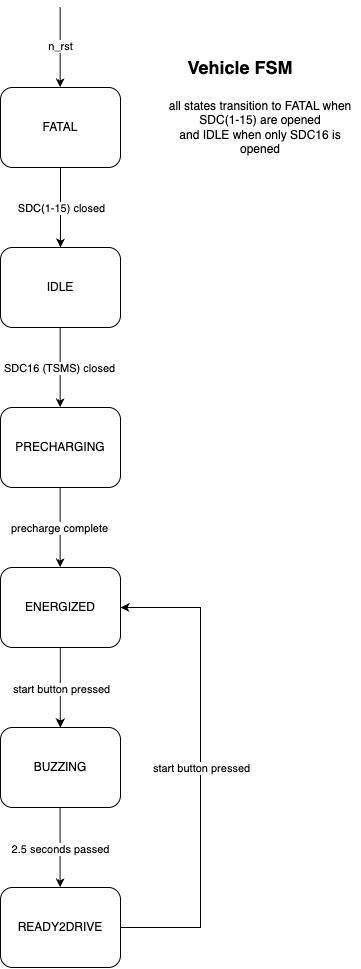
The draw.io diagram source/main_module/vehicle_fsm/vehicle_FSM.drawio.png in PurdueElectricRacing/firmware, before a commit. Source tidied: cells renumbered, new cells last; positions are measured from the earlier drawing's top-left corner, leaving out a move shared by most shapes. Its diagram source:
```xml
<mxGraphModel background="#FFFFFF">
  <root>
    <mxCell id="0" />
    <mxCell id="1" parent="0" />
    <mxCell id="2" value="FATAL" style="rounded=1;whiteSpace=wrap;html=1;" parent="1" vertex="1">
      <mxGeometry y="80" width="120" height="80" as="geometry" />
    </mxCell>
    <mxCell id="3" value="&lt;h2&gt;Vehicle FSM&lt;/h2&gt;" style="text;html=1;whiteSpace=wrap;strokeColor=none;fillColor=none;align=center;verticalAlign=middle;rounded=0;fontFamily=Helvetica;fontSize=12;fontColor=default;labelBackgroundColor=default;" parent="1" vertex="1">
      <mxGeometry x="160" y="40" width="160" height="40" as="geometry" />
    </mxCell>
    <mxCell id="4" value="IDLE" style="rounded=1;whiteSpace=wrap;html=1;" parent="1" vertex="1">
      <mxGeometry y="240" width="120" height="80" as="geometry" />
    </mxCell>
    <mxCell id="5" style="endArrow=classic;html=1;rounded=0;curved=0;" parent="1" edge="1">
      <mxGeometry relative="1" as="geometry">
        <mxPoint x="60" y="160" as="sourcePoint" />
        <mxPoint x="60" y="240" as="targetPoint" />
        <Array as="points">
          <mxPoint x="60" y="160" />
        </Array>
      </mxGeometry>
    </mxCell>
    <mxCell id="6" value="SDC(1-15) closed" style="edgeLabel;html=1;align=center;verticalAlign=middle;" parent="5" vertex="1">
      <mxGeometry x="-0.01" y="-1" relative="1" as="geometry">
        <mxPoint x="1" as="offset" />
      </mxGeometry>
    </mxCell>
    <mxCell id="7" style="endArrow=classic;html=1;" parent="1" edge="1">
      <mxGeometry relative="1" as="geometry">
        <mxPoint x="59.7" as="sourcePoint" />
        <mxPoint x="59.7" y="80" as="targetPoint" />
      </mxGeometry>
    </mxCell>
    <mxCell id="8" value="n_rst" style="edgeLabel;html=1;align=center;verticalAlign=middle;" parent="7" vertex="1">
      <mxGeometry x="-0.04" relative="1" as="geometry" />
    </mxCell>
    <mxCell id="9" style="endArrow=classic;html=1;" parent="1" edge="1">
      <mxGeometry relative="1" as="geometry">
        <mxPoint x="59.7" y="320" as="sourcePoint" />
        <mxPoint x="59.7" y="400" as="targetPoint" />
      </mxGeometry>
    </mxCell>
    <mxCell id="10" value="SDC16 (TSMS) closed" style="edgeLabel;html=1;align=center;verticalAlign=middle;" parent="9" vertex="1">
      <mxGeometry x="-0.01" y="-1" relative="1" as="geometry" />
    </mxCell>
    <mxCell id="11" value="PRECHARGING" style="rounded=1;whiteSpace=wrap;html=1;" parent="1" vertex="1">
      <mxGeometry y="400" width="120" height="80" as="geometry" />
    </mxCell>
    <mxCell id="12" style="endArrow=classic;html=1;" parent="1" edge="1">
      <mxGeometry relative="1" as="geometry">
        <mxPoint x="59.6" y="480" as="sourcePoint" />
        <mxPoint x="59.6" y="560" as="targetPoint" />
      </mxGeometry>
    </mxCell>
    <mxCell id="13" value="precharge complete" style="edgeLabel;html=1;align=center;verticalAlign=middle;" parent="12" vertex="1">
      <mxGeometry x="-0.01" y="-1" relative="1" as="geometry" />
    </mxCell>
    <mxCell id="14" value="ENERGIZED" style="rounded=1;whiteSpace=wrap;html=1;" parent="1" vertex="1">
      <mxGeometry y="560" width="120" height="80" as="geometry" />
    </mxCell>
    <mxCell id="15" value="BUZZING" style="rounded=1;whiteSpace=wrap;html=1;" parent="1" vertex="1">
      <mxGeometry y="720" width="120" height="80" as="geometry" />
    </mxCell>
    <mxCell id="16" value="READY2DRIVE" style="rounded=1;whiteSpace=wrap;html=1;" parent="1" vertex="1">
      <mxGeometry y="880" width="120" height="80" as="geometry" />
    </mxCell>
    <mxCell id="17" style="endArrow=classic;html=1;" parent="1" edge="1">
      <mxGeometry relative="1" as="geometry">
        <mxPoint x="59.8" y="640" as="sourcePoint" />
        <mxPoint x="59.8" y="720" as="targetPoint" />
      </mxGeometry>
    </mxCell>
    <mxCell id="18" value="start button pressed" style="edgeLabel;html=1;align=center;verticalAlign=middle;" parent="17" vertex="1">
      <mxGeometry x="0.03" relative="1" as="geometry" />
    </mxCell>
    <mxCell id="19" style="endArrow=classic;html=1;" parent="1" edge="1">
      <mxGeometry relative="1" as="geometry">
        <mxPoint x="59.6" y="800" as="sourcePoint" />
        <mxPoint x="59.6" y="880" as="targetPoint" />
      </mxGeometry>
    </mxCell>
    <mxCell id="20" value="2.5 seconds passed" style="edgeLabel;html=1;align=center;verticalAlign=middle;" parent="19" vertex="1">
      <mxGeometry x="0.03" relative="1" as="geometry" />
    </mxCell>
    <mxCell id="21" value="all states transition to FATAL when SDC(1-15) are opened&lt;div&gt;and IDLE when only SDC16 is opened&lt;/div&gt;" style="text;html=1;align=center;verticalAlign=middle;whiteSpace=wrap;rounded=0;" parent="1" vertex="1">
      <mxGeometry x="160" y="80" width="200" height="80" as="geometry" />
    </mxCell>
    <mxCell id="22" style="endArrow=classic;html=1;rounded=0;curved=0;" parent="1" edge="1">
      <mxGeometry relative="1" as="geometry">
        <mxPoint x="120" y="920" as="sourcePoint" />
        <mxPoint x="120" y="600" as="targetPoint" />
        <Array as="points">
          <mxPoint x="200" y="920" />
          <mxPoint x="200" y="600" />
        </Array>
      </mxGeometry>
    </mxCell>
    <mxCell id="23" value="start button pressed" style="edgeLabel;html=1;align=center;verticalAlign=middle;" parent="22" vertex="1">
      <mxGeometry x="0.03" relative="1" as="geometry">
        <mxPoint y="7" as="offset" />
      </mxGeometry>
    </mxCell>
  </root>
</mxGraphModel>
```
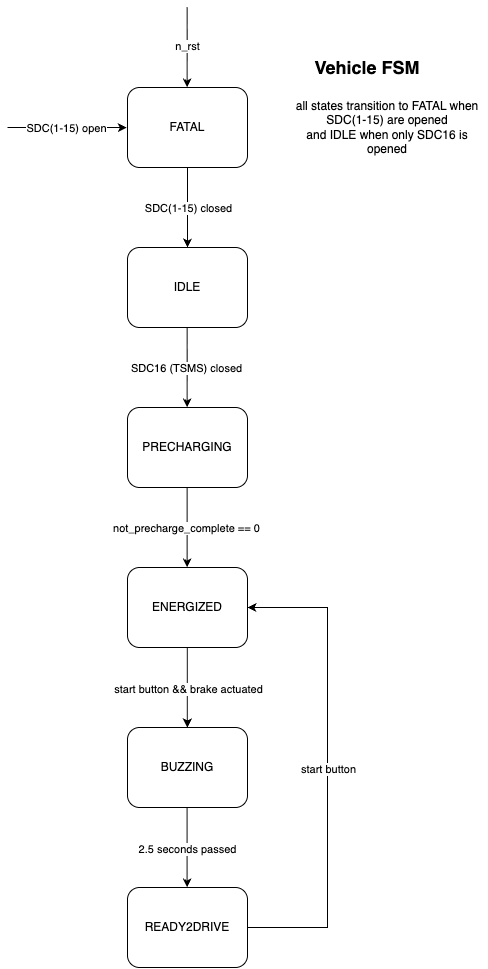
Above is the later version.

Change to the diagram source:
```diff
@@ -52,7 +52,7 @@
         <mxPoint x="59.6" y="560" as="targetPoint" />
       </mxGeometry>
     </mxCell>
-    <mxCell id="13" value="precharge complete" style="edgeLabel;html=1;align=center;verticalAlign=middle;" parent="12" vertex="1">
+    <mxCell id="13" value="not_precharge_complete == 0" style="edgeLabel;html=1;align=center;verticalAlign=middle;" parent="12" vertex="1">
       <mxGeometry x="-0.01" y="-1" relative="1" as="geometry" />
     </mxCell>
     <mxCell id="14" value="ENERGIZED" style="rounded=1;whiteSpace=wrap;html=1;" parent="1" vertex="1">
@@ -70,7 +70,7 @@
         <mxPoint x="59.8" y="720" as="targetPoint" />
       </mxGeometry>
     </mxCell>
-    <mxCell id="18" value="start button pressed" style="edgeLabel;html=1;align=center;verticalAlign=middle;" parent="17" vertex="1">
+    <mxCell id="18" value="start button &amp;amp;&amp;amp; brake actuated" style="edgeLabel;html=1;align=center;verticalAlign=middle;" parent="17" vertex="1">
       <mxGeometry x="0.03" relative="1" as="geometry" />
     </mxCell>
     <mxCell id="19" style="endArrow=classic;html=1;" parent="1" edge="1">
@@ -95,10 +95,21 @@
         </Array>
       </mxGeometry>
     </mxCell>
-    <mxCell id="23" value="start button pressed" style="edgeLabel;html=1;align=center;verticalAlign=middle;" parent="22" vertex="1">
+    <mxCell id="23" value="start button" style="edgeLabel;html=1;align=center;verticalAlign=middle;" parent="22" vertex="1">
       <mxGeometry x="0.03" relative="1" as="geometry">
         <mxPoint y="7" as="offset" />
       </mxGeometry>
     </mxCell>
+    <mxCell id="24" style="endArrow=classic;html=1;" parent="1" edge="1">
+      <mxGeometry relative="1" as="geometry">
+        <mxPoint x="-120" y="120" as="sourcePoint" />
+        <mxPoint x="-0.7" y="120" as="targetPoint" />
+      </mxGeometry>
+    </mxCell>
+    <mxCell id="25" value="SDC(1-15) open" style="edgeLabel;html=1;align=center;verticalAlign=middle;" parent="24" vertex="1">
+      <mxGeometry x="-0.01" y="-1" relative="1" as="geometry">
+        <mxPoint y="-1" as="offset" />
+      </mxGeometry>
+    </mxCell>
   </root>
 </mxGraphModel>
```
